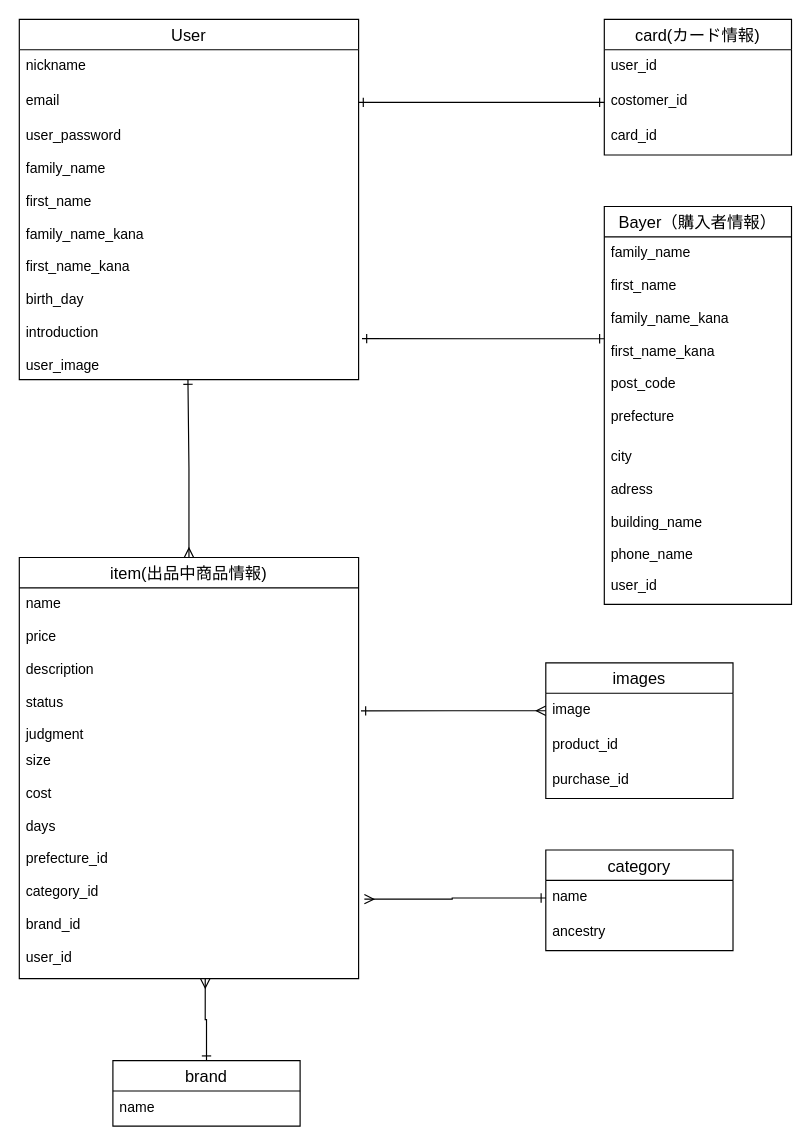
Above: furima.dio in eita81601031/furima-35782 (draw.io), before the change. Source tidied: cells renumbered, new cells numbered last; positions are measured from the earlier drawing's top-left corner, leaving out a move shared by most shapes. Both pictures are drawn from the tidied source at 117%, with x=0, y=0 at pixel (19, 19).
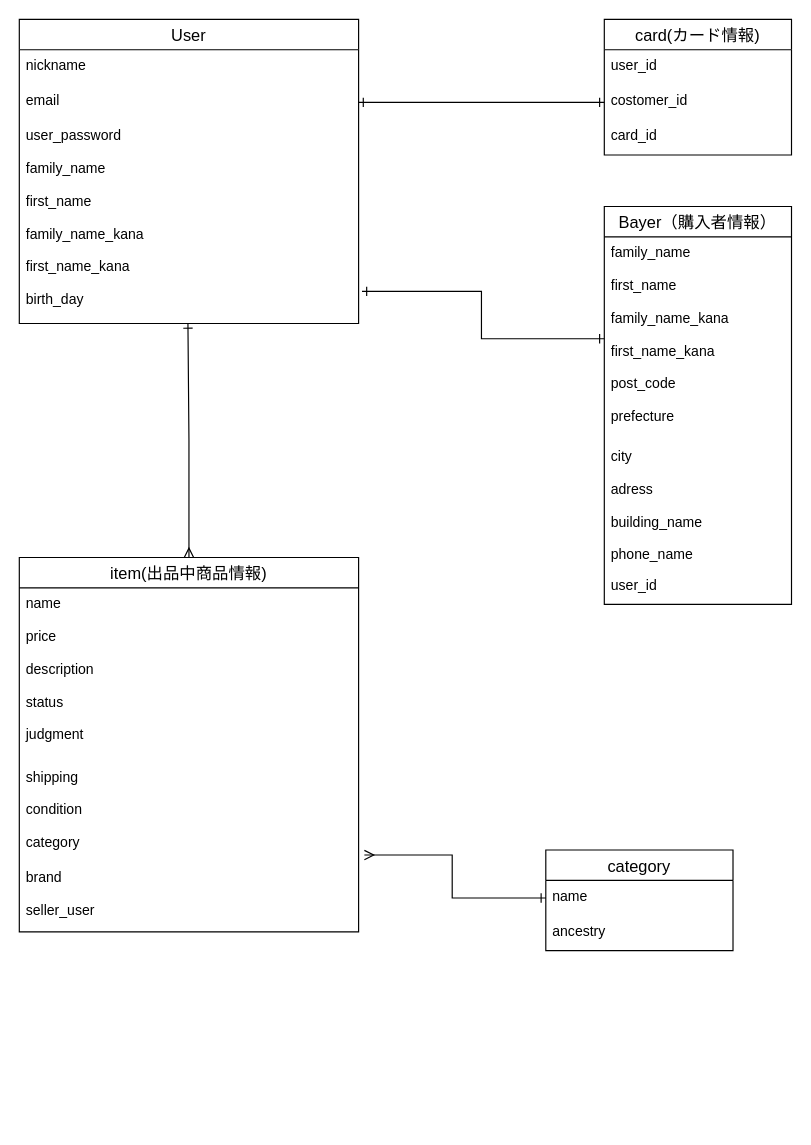
After the change.

Commit message (it also covers changes not shown here):
データベース修正

The change refers to these unchanged cells:
```xml
<mxCell id="13" value="name&#10;&#10;price&#10;&#10;description&#10;&#10;status&#10;&#10;judgment&#10;&#10;" style="text;strokeColor=none;fillColor=none;spacingLeft=4;spacingRight=4;overflow=hidden;points=[[0,0.5],[1,0.5]];portConstraint=eastwest;fontSize=12;" parent="12" vertex="1">
  <mxGeometry y="26" width="290" height="134" as="geometry" />
</mxCell>
```

The edit, as a diff of the source:
```diff
@@
     <mxCell id="2" value="User" style="swimlane;fontStyle=0;horizontal=1;startSize=26;align=center;fontSize=14;" parent="1" vertex="1">
-      <mxGeometry width="290" height="308" as="geometry" />
+      <mxGeometry width="290" height="260" as="geometry" />
     </mxCell>
@@
-    <mxCell id="5" value="user_password&#10;&#10;family_name&#10;&#10;first_name&#10;&#10;family_name_kana&#10;&#10;first_name_kana&#10;&#10;birth_day&#10;&#10;introduction&#10;&#10;user_image&#10;&#10;" style="text;strokeColor=none;fillColor=none;spacingLeft=4;spacingRight=4;overflow=hidden;points=[[0,0.5],[1,0.5]];portConstraint=eastwest;fontSize=12;" parent="2" vertex="1">
-      <mxGeometry y="86" width="290" height="222" as="geometry" />
+    <mxCell id="5" value="user_password&#10;&#10;family_name&#10;&#10;first_name&#10;&#10;family_name_kana&#10;&#10;first_name_kana&#10;&#10;birth_day&#10;&#10;" style="text;strokeColor=none;fillColor=none;spacingLeft=4;spacingRight=4;overflow=hidden;points=[[0,0.5],[1,0.5]];portConstraint=eastwest;fontSize=12;" parent="2" vertex="1">
+      <mxGeometry y="86" width="290" height="174" as="geometry" />
     </mxCell>
@@
     <mxCell id="12" value="item(出品中商品情報)" style="swimlane;fontStyle=0;horizontal=1;startSize=26;align=center;fontSize=14;swimlaneLine=1;" parent="1" vertex="1">
-      <mxGeometry y="460" width="290" height="360" as="geometry" />
+      <mxGeometry y="460" width="290" height="320" as="geometry" />
     </mxCell>
@@
-    <mxCell id="14" value="size&#10;&#10;cost&#10;&#10;days&#10;&#10;prefecture_id&#10;&#10;category_id&#10;&#10;" style="text;strokeColor=none;fillColor=none;spacingLeft=4;spacingRight=4;overflow=hidden;points=[[0,0.5],[1,0.5]];portConstraint=eastwest;fontSize=12;" parent="12" vertex="1">
-      <mxGeometry y="160" width="290" height="140" as="geometry" />
+    <mxCell id="14" value="&#10;shipping&#10;&#10;condition &#10;&#10;category&#10;&#10;" style="text;strokeColor=none;fillColor=none;spacingLeft=4;spacingRight=4;overflow=hidden;points=[[0,0.5],[1,0.5]];portConstraint=eastwest;fontSize=12;" parent="12" vertex="1">
+      <mxGeometry y="160" width="290" height="100" as="geometry" />
     </mxCell>
-    <mxCell id="15" value="brand_id&#10;&#10;user_id&#10;&#10;" style="text;strokeColor=none;fillColor=none;spacingLeft=4;spacingRight=4;overflow=hidden;points=[[0,0.5],[1,0.5]];portConstraint=eastwest;fontSize=12;" parent="12" vertex="1">
-      <mxGeometry y="300" width="290" height="60" as="geometry" />
+    <mxCell id="15" value="brand&#10;&#10;seller_user&#10;&#10;" style="text;strokeColor=none;fillColor=none;spacingLeft=4;spacingRight=4;overflow=hidden;points=[[0,0.5],[1,0.5]];portConstraint=eastwest;fontSize=12;" parent="12" vertex="1">
+      <mxGeometry y="260" width="290" height="60" as="geometry" />
     </mxCell>
-    <mxCell id="16" style="edgeStyle=orthogonalEdgeStyle;rounded=0;jettySize=auto;html=1;exitX=0.5;exitY=0;exitDx=0;exitDy=0;startArrow=ERone;startFill=0;endArrow=ERmany;endFill=0;entryX=0.548;entryY=1;entryDx=0;entryDy=0;entryPerimeter=0;" parent="1" edge="1" source="17" target="15">
-      <mxGeometry relative="1" as="geometry" />
-    </mxCell>
-    <mxCell id="17" value="brand" style="swimlane;fontStyle=0;horizontal=1;startSize=26;align=center;fontSize=14;" parent="1" vertex="1">
-      <mxGeometry x="80" y="890" width="160" height="56" as="geometry" />
-    </mxCell>
-    <mxCell id="18" value="name" style="text;strokeColor=none;fillColor=none;spacingLeft=4;spacingRight=4;overflow=hidden;fontSize=12;" parent="17" vertex="1">
-      <mxGeometry y="26" width="160" height="30" as="geometry" />
-    </mxCell>
@@
-    <mxCell id="24" value="images" style="swimlane;fontStyle=0;horizontal=1;startSize=26;align=center;fontSize=14;" parent="1" vertex="1">
-      <mxGeometry x="450" y="550" width="160" height="116" as="geometry" />
-    </mxCell>
-    <mxCell id="25" value="image" style="text;strokeColor=none;fillColor=none;spacingLeft=4;spacingRight=4;overflow=hidden;points=[[0,0.5],[1,0.5]];portConstraint=eastwest;fontSize=12;" parent="24" vertex="1">
-      <mxGeometry y="26" width="160" height="30" as="geometry" />
-    </mxCell>
-    <mxCell id="26" value="product_id" style="text;strokeColor=none;fillColor=none;spacingLeft=4;spacingRight=4;overflow=hidden;fontSize=12;" parent="24" vertex="1">
-      <mxGeometry y="56" width="160" height="30" as="geometry" />
-    </mxCell>
-    <mxCell id="27" value="purchase_id" style="text;strokeColor=none;fillColor=none;spacingLeft=4;spacingRight=4;overflow=hidden;fontSize=12;" parent="24" vertex="1">
-      <mxGeometry y="86" width="160" height="30" as="geometry" />
-    </mxCell>
-    <mxCell id="28" style="edgeStyle=orthogonalEdgeStyle;rounded=0;jettySize=auto;html=1;exitX=0;exitY=0.5;exitDx=0;exitDy=0;entryX=1.007;entryY=0.784;entryDx=0;entryDy=0;entryPerimeter=0;startArrow=ERmany;startFill=0;endArrow=ERone;endFill=0;" parent="1" edge="1" source="25" target="13">
-      <mxGeometry relative="1" as="geometry" />
-    </mxCell>
```
